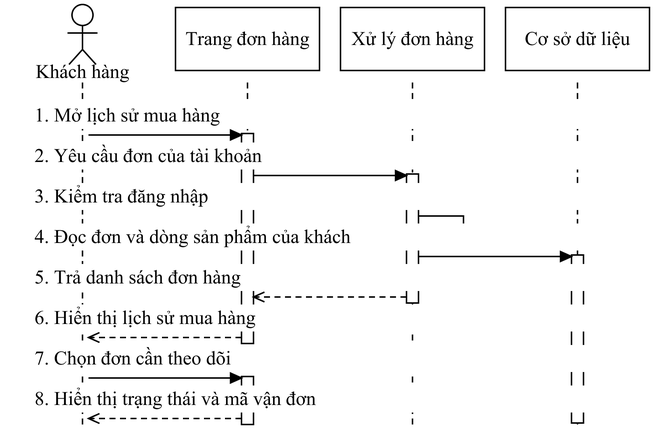
This is docs/do-an-LSOUL/So-do-LSOUL-rut-gon/anh-png/SEQ-12.png from Loccao102/BanHang, a draw.io export, as it was before one commit. Source tidied: cells renumbered, new cells last; positions are measured from the earlier drawing's top-left corner, leaving out a move shared by most shapes.
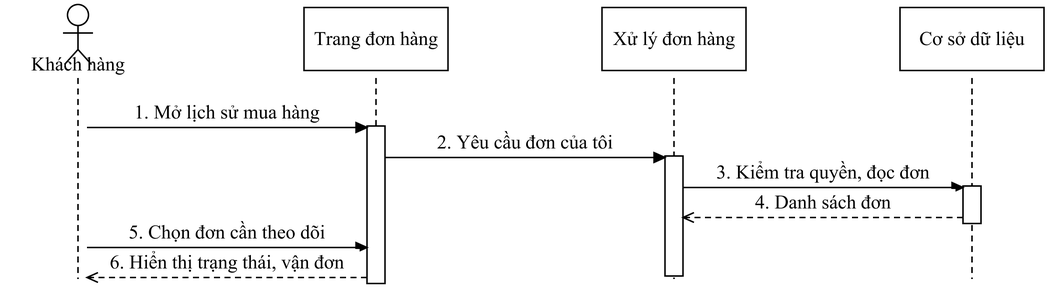
The same diagram one commit later.

The edit, as a diff of the source:
```diff
@@ -4,154 +4,129 @@
     <mxCell id="1" parent="0" />
     <mxCell id="2" style="fontFamily=Times New Roman;fontSize=13;fontColor=#000000;strokeColor=#000000;strokeWidth=1;fillColor=#FFFFFF;shadow=0;rounded=0;html=0;whiteSpace=wrap;spacing=5;endArrow=none;endFill=1;startArrow=none;dashed=1;dashPattern=4 3;" parent="1" edge="1">
       <mxGeometry relative="1" as="geometry">
-        <mxPoint x="48" y="52" as="sourcePoint" />
-        <mxPoint x="48" y="281" as="targetPoint" />
+        <mxPoint x="45" y="49" as="sourcePoint" />
+        <mxPoint x="45" y="183" as="targetPoint" />
       </mxGeometry>
     </mxCell>
     <mxCell id="3" style="fontFamily=Times New Roman;fontSize=13;fontColor=#000000;strokeColor=#000000;strokeWidth=1;fillColor=#FFFFFF;shadow=0;rounded=0;html=0;whiteSpace=wrap;spacing=5;endArrow=none;endFill=1;startArrow=none;dashed=1;dashPattern=4 3;" parent="1" edge="1">
       <mxGeometry relative="1" as="geometry">
-        <mxPoint x="158" y="52" as="sourcePoint" />
-        <mxPoint x="158" y="281" as="targetPoint" />
+        <mxPoint x="243.7" y="49" as="sourcePoint" />
+        <mxPoint x="243.7" y="183" as="targetPoint" />
       </mxGeometry>
     </mxCell>
     <mxCell id="4" style="fontFamily=Times New Roman;fontSize=13;fontColor=#000000;strokeColor=#000000;strokeWidth=1;fillColor=#FFFFFF;shadow=0;rounded=0;html=0;whiteSpace=wrap;spacing=5;endArrow=none;endFill=1;startArrow=none;dashed=1;dashPattern=4 3;" parent="1" edge="1">
       <mxGeometry relative="1" as="geometry">
-        <mxPoint x="268" y="52" as="sourcePoint" />
-        <mxPoint x="268" y="281" as="targetPoint" />
+        <mxPoint x="442.3" y="49" as="sourcePoint" />
+        <mxPoint x="442.3" y="183" as="targetPoint" />
       </mxGeometry>
     </mxCell>
     <mxCell id="5" style="fontFamily=Times New Roman;fontSize=13;fontColor=#000000;strokeColor=#000000;strokeWidth=1;fillColor=#FFFFFF;shadow=0;rounded=0;html=0;whiteSpace=wrap;spacing=5;endArrow=none;endFill=1;startArrow=none;dashed=1;dashPattern=4 3;" parent="1" edge="1">
       <mxGeometry relative="1" as="geometry">
-        <mxPoint x="378" y="52" as="sourcePoint" />
-        <mxPoint x="378" y="281" as="targetPoint" />
+        <mxPoint x="641" y="49" as="sourcePoint" />
+        <mxPoint x="641" y="183" as="targetPoint" />
       </mxGeometry>
     </mxCell>
     <mxCell id="6" style="fontFamily=Times New Roman;fontSize=13;fontColor=#000000;strokeColor=#000000;strokeWidth=1;fillColor=#FFFFFF;shadow=0;rounded=0;html=0;whiteSpace=wrap;spacing=5;align=center;verticalAlign=middle;" parent="1" vertex="1">
-      <mxGeometry x="264" y="113" width="8" height="86" as="geometry" />
+      <mxGeometry x="635" y="121" width="12" height="25" as="geometry" />
     </mxCell>
     <mxCell id="7" style="fontFamily=Times New Roman;fontSize=13;fontColor=#000000;strokeColor=#000000;strokeWidth=1;fillColor=#FFFFFF;shadow=0;rounded=0;html=0;whiteSpace=wrap;spacing=5;align=center;verticalAlign=middle;" parent="1" vertex="1">
-      <mxGeometry x="154" y="86" width="8" height="140" as="geometry" />
+      <mxGeometry x="237.7" y="81" width="12" height="105" as="geometry" />
     </mxCell>
     <mxCell id="8" style="fontFamily=Times New Roman;fontSize=13;fontColor=#000000;strokeColor=#000000;strokeWidth=1;fillColor=#FFFFFF;shadow=0;rounded=0;html=0;whiteSpace=wrap;spacing=5;align=center;verticalAlign=middle;" parent="1" vertex="1">
-      <mxGeometry x="154" y="248" width="8" height="32" as="geometry" />
+      <mxGeometry x="436.3" y="101" width="12" height="80" as="geometry" />
     </mxCell>
-    <mxCell id="9" style="fontFamily=Times New Roman;fontSize=13;fontColor=#000000;strokeColor=#000000;strokeWidth=1;fillColor=#FFFFFF;shadow=0;rounded=0;html=0;whiteSpace=wrap;spacing=5;align=center;verticalAlign=middle;" parent="1" vertex="1">
-      <mxGeometry x="374" y="167" width="8" height="112" as="geometry" />
+    <mxCell id="9" value="1. Mở lịch sử mua hàng" style="fontFamily=Times New Roman;fontSize=13;fontColor=#000000;strokeColor=#000000;strokeWidth=1;fillColor=#FFFFFF;shadow=0;rounded=0;html=0;whiteSpace=wrap;spacing=5;text;strokeColor=none;fillColor=none;align=center;verticalAlign=middle;fillColor=#FFFFFF;" parent="1" vertex="1">
+      <mxGeometry x="56" y="63" width="176.7" height="18" as="geometry" />
     </mxCell>
-    <mxCell id="10" value="1. Mở lịch sử mua hàng" style="fontFamily=Times New Roman;fontSize=13;fontColor=#000000;strokeColor=#000000;strokeWidth=1;fillColor=#FFFFFF;shadow=0;rounded=0;html=0;whiteSpace=wrap;spacing=5;text;strokeColor=none;fillColor=none;align=left;verticalAlign=middle;fillColor=#FFFFFF;" parent="1" vertex="1">
-      <mxGeometry x="11" y="65" width="404" height="18" as="geometry" />
+    <mxCell id="10" style="fontFamily=Times New Roman;fontSize=13;fontColor=#000000;strokeColor=#000000;strokeWidth=1;fillColor=#FFFFFF;shadow=0;rounded=0;html=0;whiteSpace=wrap;spacing=5;endArrow=block;endFill=1;startArrow=none;" parent="1" edge="1">
+      <mxGeometry relative="1" as="geometry">
+        <mxPoint x="51" y="82" as="sourcePoint" />
+        <mxPoint x="237.7" y="82" as="targetPoint" />
+      </mxGeometry>
     </mxCell>
-    <mxCell id="11" style="fontFamily=Times New Roman;fontSize=13;fontColor=#000000;strokeColor=#000000;strokeWidth=1;fillColor=#FFFFFF;shadow=0;rounded=0;html=0;whiteSpace=wrap;spacing=5;endArrow=block;endFill=1;startArrow=none;" parent="1" edge="1">
-      <mxGeometry relative="1" as="geometry">
-        <mxPoint x="52" y="87" as="sourcePoint" />
-        <mxPoint x="154" y="87" as="targetPoint" />
-      </mxGeometry>
+    <mxCell id="11" value="2. Yêu cầu đơn của tôi" style="fontFamily=Times New Roman;fontSize=13;fontColor=#000000;strokeColor=#000000;strokeWidth=1;fillColor=#FFFFFF;shadow=0;rounded=0;html=0;whiteSpace=wrap;spacing=5;text;strokeColor=none;fillColor=none;align=center;verticalAlign=middle;fillColor=#FFFFFF;" parent="1" vertex="1">
+      <mxGeometry x="254.7" y="83" width="176.7" height="18" as="geometry" />
     </mxCell>
-    <mxCell id="12" value="2. Yêu cầu đơn của tài khoản" style="fontFamily=Times New Roman;fontSize=13;fontColor=#000000;strokeColor=#000000;strokeWidth=1;fillColor=#FFFFFF;shadow=0;rounded=0;html=0;whiteSpace=wrap;spacing=5;text;strokeColor=none;fillColor=none;align=left;verticalAlign=middle;fillColor=#FFFFFF;" parent="1" vertex="1">
-      <mxGeometry x="11" y="92" width="404" height="18" as="geometry" />
+    <mxCell id="12" style="fontFamily=Times New Roman;fontSize=13;fontColor=#000000;strokeColor=#000000;strokeWidth=1;fillColor=#FFFFFF;shadow=0;rounded=0;html=0;whiteSpace=wrap;spacing=5;endArrow=block;endFill=1;startArrow=none;" parent="1" edge="1">
+      <mxGeometry relative="1" as="geometry">
+        <mxPoint x="249.7" y="102" as="sourcePoint" />
+        <mxPoint x="436.3" y="102" as="targetPoint" />
+      </mxGeometry>
     </mxCell>
-    <mxCell id="13" style="fontFamily=Times New Roman;fontSize=13;fontColor=#000000;strokeColor=#000000;strokeWidth=1;fillColor=#FFFFFF;shadow=0;rounded=0;html=0;whiteSpace=wrap;spacing=5;endArrow=block;endFill=1;startArrow=none;" parent="1" edge="1">
-      <mxGeometry relative="1" as="geometry">
-        <mxPoint x="162" y="114" as="sourcePoint" />
-        <mxPoint x="264" y="114" as="targetPoint" />
-      </mxGeometry>
+    <mxCell id="13" value="3. Kiểm tra quyền, đọc đơn" style="fontFamily=Times New Roman;fontSize=13;fontColor=#000000;strokeColor=#000000;strokeWidth=1;fillColor=#FFFFFF;shadow=0;rounded=0;html=0;whiteSpace=wrap;spacing=5;text;strokeColor=none;fillColor=none;align=center;verticalAlign=middle;fillColor=#FFFFFF;" parent="1" vertex="1">
+      <mxGeometry x="453.3" y="103" width="176.7" height="18" as="geometry" />
     </mxCell>
-    <mxCell id="14" value="3. Kiểm tra đăng nhập" style="fontFamily=Times New Roman;fontSize=13;fontColor=#000000;strokeColor=#000000;strokeWidth=1;fillColor=#FFFFFF;shadow=0;rounded=0;html=0;whiteSpace=wrap;spacing=5;text;strokeColor=none;fillColor=none;align=left;verticalAlign=middle;fillColor=#FFFFFF;" parent="1" vertex="1">
-      <mxGeometry x="11" y="119" width="404" height="18" as="geometry" />
+    <mxCell id="14" style="fontFamily=Times New Roman;fontSize=13;fontColor=#000000;strokeColor=#000000;strokeWidth=1;fillColor=#FFFFFF;shadow=0;rounded=0;html=0;whiteSpace=wrap;spacing=5;endArrow=block;endFill=1;startArrow=none;" parent="1" edge="1">
+      <mxGeometry relative="1" as="geometry">
+        <mxPoint x="448.3" y="122" as="sourcePoint" />
+        <mxPoint x="635" y="122" as="targetPoint" />
+      </mxGeometry>
     </mxCell>
-    <mxCell id="15" style="fontFamily=Times New Roman;fontSize=13;fontColor=#000000;strokeColor=#000000;strokeWidth=1;fillColor=#FFFFFF;shadow=0;rounded=0;html=0;whiteSpace=wrap;spacing=5;endArrow=block;endFill=1;startArrow=none;" parent="1" edge="1">
-      <mxGeometry relative="1" as="geometry">
-        <mxPoint x="272" y="141" as="sourcePoint" />
-        <mxPoint x="273" y="153" as="targetPoint" />
-        <Array as="points">
-          <mxPoint x="302" y="141" />
-          <mxPoint x="302" y="153" />
-        </Array>
-      </mxGeometry>
+    <mxCell id="15" value="4. Danh sách đơn" style="fontFamily=Times New Roman;fontSize=13;fontColor=#000000;strokeColor=#000000;strokeWidth=1;fillColor=#FFFFFF;shadow=0;rounded=0;html=0;whiteSpace=wrap;spacing=5;text;strokeColor=none;fillColor=none;align=center;verticalAlign=middle;fillColor=#FFFFFF;" parent="1" vertex="1">
+      <mxGeometry x="453.3" y="123" width="176.7" height="18" as="geometry" />
     </mxCell>
-    <mxCell id="16" value="4. Đọc đơn và dòng sản phẩm của khách" style="fontFamily=Times New Roman;fontSize=13;fontColor=#000000;strokeColor=#000000;strokeWidth=1;fillColor=#FFFFFF;shadow=0;rounded=0;html=0;whiteSpace=wrap;spacing=5;text;strokeColor=none;fillColor=none;align=left;verticalAlign=middle;fillColor=#FFFFFF;" parent="1" vertex="1">
-      <mxGeometry x="11" y="146" width="404" height="18" as="geometry" />
+    <mxCell id="16" style="fontFamily=Times New Roman;fontSize=13;fontColor=#000000;strokeColor=#000000;strokeWidth=1;fillColor=#FFFFFF;shadow=0;rounded=0;html=0;whiteSpace=wrap;spacing=5;endArrow=open;endFill=1;startArrow=none;dashed=1;dashPattern=4 3;" parent="1" edge="1">
+      <mxGeometry relative="1" as="geometry">
+        <mxPoint x="635" y="142" as="sourcePoint" />
+        <mxPoint x="448.3" y="142" as="targetPoint" />
+      </mxGeometry>
     </mxCell>
-    <mxCell id="17" style="fontFamily=Times New Roman;fontSize=13;fontColor=#000000;strokeColor=#000000;strokeWidth=1;fillColor=#FFFFFF;shadow=0;rounded=0;html=0;whiteSpace=wrap;spacing=5;endArrow=block;endFill=1;startArrow=none;" parent="1" edge="1">
-      <mxGeometry relative="1" as="geometry">
-        <mxPoint x="272" y="168" as="sourcePoint" />
-        <mxPoint x="374" y="168" as="targetPoint" />
-      </mxGeometry>
+    <mxCell id="17" value="5. Chọn đơn cần theo dõi" style="fontFamily=Times New Roman;fontSize=13;fontColor=#000000;strokeColor=#000000;strokeWidth=1;fillColor=#FFFFFF;shadow=0;rounded=0;html=0;whiteSpace=wrap;spacing=5;text;strokeColor=none;fillColor=none;align=center;verticalAlign=middle;fillColor=#FFFFFF;" parent="1" vertex="1">
+      <mxGeometry x="56" y="143" width="176.7" height="18" as="geometry" />
     </mxCell>
-    <mxCell id="18" value="5. Trả danh sách đơn hàng" style="fontFamily=Times New Roman;fontSize=13;fontColor=#000000;strokeColor=#000000;strokeWidth=1;fillColor=#FFFFFF;shadow=0;rounded=0;html=0;whiteSpace=wrap;spacing=5;text;strokeColor=none;fillColor=none;align=left;verticalAlign=middle;fillColor=#FFFFFF;" parent="1" vertex="1">
-      <mxGeometry x="11" y="173" width="404" height="18" as="geometry" />
+    <mxCell id="18" style="fontFamily=Times New Roman;fontSize=13;fontColor=#000000;strokeColor=#000000;strokeWidth=1;fillColor=#FFFFFF;shadow=0;rounded=0;html=0;whiteSpace=wrap;spacing=5;endArrow=block;endFill=1;startArrow=none;" parent="1" edge="1">
+      <mxGeometry relative="1" as="geometry">
+        <mxPoint x="51" y="162" as="sourcePoint" />
+        <mxPoint x="237.7" y="162" as="targetPoint" />
+      </mxGeometry>
     </mxCell>
-    <mxCell id="19" style="fontFamily=Times New Roman;fontSize=13;fontColor=#000000;strokeColor=#000000;strokeWidth=1;fillColor=#FFFFFF;shadow=0;rounded=0;html=0;whiteSpace=wrap;spacing=5;endArrow=open;endFill=1;startArrow=none;dashed=1;dashPattern=4 3;" parent="1" edge="1">
-      <mxGeometry relative="1" as="geometry">
-        <mxPoint x="264" y="195" as="sourcePoint" />
-        <mxPoint x="162" y="195" as="targetPoint" />
-      </mxGeometry>
+    <mxCell id="19" value="6. Hiển thị trạng thái, vận đơn" style="fontFamily=Times New Roman;fontSize=13;fontColor=#000000;strokeColor=#000000;strokeWidth=1;fillColor=#FFFFFF;shadow=0;rounded=0;html=0;whiteSpace=wrap;spacing=5;text;strokeColor=none;fillColor=none;align=center;verticalAlign=middle;fillColor=#FFFFFF;" parent="1" vertex="1">
+      <mxGeometry x="56" y="163" width="176.7" height="18" as="geometry" />
     </mxCell>
-    <mxCell id="20" value="6. Hiển thị lịch sử mua hàng" style="fontFamily=Times New Roman;fontSize=13;fontColor=#000000;strokeColor=#000000;strokeWidth=1;fillColor=#FFFFFF;shadow=0;rounded=0;html=0;whiteSpace=wrap;spacing=5;text;strokeColor=none;fillColor=none;align=left;verticalAlign=middle;fillColor=#FFFFFF;" parent="1" vertex="1">
-      <mxGeometry x="11" y="200" width="404" height="18" as="geometry" />
+    <mxCell id="20" style="fontFamily=Times New Roman;fontSize=13;fontColor=#000000;strokeColor=#000000;strokeWidth=1;fillColor=#FFFFFF;shadow=0;rounded=0;html=0;whiteSpace=wrap;spacing=5;endArrow=open;endFill=1;startArrow=none;dashed=1;dashPattern=4 3;" parent="1" edge="1">
+      <mxGeometry relative="1" as="geometry">
+        <mxPoint x="237.7" y="182" as="sourcePoint" />
+        <mxPoint x="51" y="182" as="targetPoint" />
+      </mxGeometry>
     </mxCell>
-    <mxCell id="21" style="fontFamily=Times New Roman;fontSize=13;fontColor=#000000;strokeColor=#000000;strokeWidth=1;fillColor=#FFFFFF;shadow=0;rounded=0;html=0;whiteSpace=wrap;spacing=5;endArrow=open;endFill=1;startArrow=none;dashed=1;dashPattern=4 3;" parent="1" edge="1">
-      <mxGeometry relative="1" as="geometry">
-        <mxPoint x="154" y="222" as="sourcePoint" />
-        <mxPoint x="52" y="222" as="targetPoint" />
-      </mxGeometry>
+    <mxCell id="21" style="fontFamily=Times New Roman;fontSize=13;fontColor=#000000;strokeColor=#000000;strokeWidth=1;fillColor=#FFFFFF;shadow=0;rounded=0;html=0;whiteSpace=wrap;spacing=5;ellipse;perimeter=ellipsePerimeter;align=center;verticalAlign=middle;" parent="1" vertex="1">
+      <mxGeometry x="38" width="14" height="14" as="geometry" />
     </mxCell>
-    <mxCell id="22" value="7. Chọn đơn cần theo dõi" style="fontFamily=Times New Roman;fontSize=13;fontColor=#000000;strokeColor=#000000;strokeWidth=1;fillColor=#FFFFFF;shadow=0;rounded=0;html=0;whiteSpace=wrap;spacing=5;text;strokeColor=none;fillColor=none;align=left;verticalAlign=middle;fillColor=#FFFFFF;" parent="1" vertex="1">
-      <mxGeometry x="11" y="227" width="404" height="18" as="geometry" />
+    <mxCell id="22" style="fontFamily=Times New Roman;fontSize=13;fontColor=#000000;strokeColor=#000000;strokeWidth=1;fillColor=#FFFFFF;shadow=0;rounded=0;html=0;whiteSpace=wrap;spacing=5;endArrow=none;endFill=1;startArrow=none;" parent="1" edge="1">
+      <mxGeometry relative="1" as="geometry">
+        <mxPoint x="45" y="14" as="sourcePoint" />
+        <mxPoint x="45" y="30" as="targetPoint" />
+      </mxGeometry>
     </mxCell>
-    <mxCell id="23" style="fontFamily=Times New Roman;fontSize=13;fontColor=#000000;strokeColor=#000000;strokeWidth=1;fillColor=#FFFFFF;shadow=0;rounded=0;html=0;whiteSpace=wrap;spacing=5;endArrow=block;endFill=1;startArrow=none;" parent="1" edge="1">
+    <mxCell id="23" style="fontFamily=Times New Roman;fontSize=13;fontColor=#000000;strokeColor=#000000;strokeWidth=1;fillColor=#FFFFFF;shadow=0;rounded=0;html=0;whiteSpace=wrap;spacing=5;endArrow=none;endFill=1;startArrow=none;" parent="1" edge="1">
       <mxGeometry relative="1" as="geometry">
-        <mxPoint x="52" y="249" as="sourcePoint" />
-        <mxPoint x="154" y="249" as="targetPoint" />
+        <mxPoint x="35" y="19" as="sourcePoint" />
+        <mxPoint x="55" y="19" as="targetPoint" />
       </mxGeometry>
     </mxCell>
-    <mxCell id="24" value="8. Hiển thị trạng thái và mã vận đơn" style="fontFamily=Times New Roman;fontSize=13;fontColor=#000000;strokeColor=#000000;strokeWidth=1;fillColor=#FFFFFF;shadow=0;rounded=0;html=0;whiteSpace=wrap;spacing=5;text;strokeColor=none;fillColor=none;align=left;verticalAlign=middle;fillColor=#FFFFFF;" parent="1" vertex="1">
-      <mxGeometry x="11" y="254" width="404" height="18" as="geometry" />
+    <mxCell id="24" style="fontFamily=Times New Roman;fontSize=13;fontColor=#000000;strokeColor=#000000;strokeWidth=1;fillColor=#FFFFFF;shadow=0;rounded=0;html=0;whiteSpace=wrap;spacing=5;endArrow=none;endFill=1;startArrow=none;" parent="1" edge="1">
+      <mxGeometry relative="1" as="geometry">
+        <mxPoint x="45" y="30" as="sourcePoint" />
+        <mxPoint x="36" y="40" as="targetPoint" />
+      </mxGeometry>
     </mxCell>
-    <mxCell id="25" style="fontFamily=Times New Roman;fontSize=13;fontColor=#000000;strokeColor=#000000;strokeWidth=1;fillColor=#FFFFFF;shadow=0;rounded=0;html=0;whiteSpace=wrap;spacing=5;endArrow=open;endFill=1;startArrow=none;dashed=1;dashPattern=4 3;" parent="1" edge="1">
+    <mxCell id="25" style="fontFamily=Times New Roman;fontSize=13;fontColor=#000000;strokeColor=#000000;strokeWidth=1;fillColor=#FFFFFF;shadow=0;rounded=0;html=0;whiteSpace=wrap;spacing=5;endArrow=none;endFill=1;startArrow=none;" parent="1" edge="1">
       <mxGeometry relative="1" as="geometry">
-        <mxPoint x="154" y="276" as="sourcePoint" />
-        <mxPoint x="52" y="276" as="targetPoint" />
+        <mxPoint x="45" y="30" as="sourcePoint" />
+        <mxPoint x="54" y="40" as="targetPoint" />
       </mxGeometry>
     </mxCell>
-    <mxCell id="26" style="fontFamily=Times New Roman;fontSize=13;fontColor=#000000;strokeColor=#000000;strokeWidth=1;fillColor=#FFFFFF;shadow=0;rounded=0;html=0;whiteSpace=wrap;spacing=5;ellipse;perimeter=ellipsePerimeter;align=center;verticalAlign=middle;" parent="1" vertex="1">
-      <mxGeometry x="41" width="14" height="14" as="geometry" />
+    <mxCell id="26" value="Khách hàng" style="fontFamily=Times New Roman;fontSize=13;fontColor=#000000;strokeColor=#000000;strokeWidth=1;fillColor=#FFFFFF;shadow=0;rounded=0;html=0;whiteSpace=wrap;spacing=5;text;strokeColor=none;fillColor=none;align=center;verticalAlign=middle;" parent="1" vertex="1">
+      <mxGeometry x="-3" y="32" width="96" height="16" as="geometry" />
     </mxCell>
-    <mxCell id="27" style="fontFamily=Times New Roman;fontSize=13;fontColor=#000000;strokeColor=#000000;strokeWidth=1;fillColor=#FFFFFF;shadow=0;rounded=0;html=0;whiteSpace=wrap;spacing=5;endArrow=none;endFill=1;startArrow=none;" parent="1" edge="1">
-      <mxGeometry relative="1" as="geometry">
-        <mxPoint x="48" y="14" as="sourcePoint" />
-        <mxPoint x="48" y="30" as="targetPoint" />
-      </mxGeometry>
-    </mxCell>
-    <mxCell id="28" style="fontFamily=Times New Roman;fontSize=13;fontColor=#000000;strokeColor=#000000;strokeWidth=1;fillColor=#FFFFFF;shadow=0;rounded=0;html=0;whiteSpace=wrap;spacing=5;endArrow=none;endFill=1;startArrow=none;" parent="1" edge="1">
-      <mxGeometry relative="1" as="geometry">
-        <mxPoint x="38" y="19" as="sourcePoint" />
-        <mxPoint x="58" y="19" as="targetPoint" />
-      </mxGeometry>
-    </mxCell>
-    <mxCell id="29" style="fontFamily=Times New Roman;fontSize=13;fontColor=#000000;strokeColor=#000000;strokeWidth=1;fillColor=#FFFFFF;shadow=0;rounded=0;html=0;whiteSpace=wrap;spacing=5;endArrow=none;endFill=1;startArrow=none;" parent="1" edge="1">
-      <mxGeometry relative="1" as="geometry">
-        <mxPoint x="48" y="30" as="sourcePoint" />
-        <mxPoint x="39" y="40" as="targetPoint" />
-      </mxGeometry>
-    </mxCell>
-    <mxCell id="30" style="fontFamily=Times New Roman;fontSize=13;fontColor=#000000;strokeColor=#000000;strokeWidth=1;fillColor=#FFFFFF;shadow=0;rounded=0;html=0;whiteSpace=wrap;spacing=5;endArrow=none;endFill=1;startArrow=none;" parent="1" edge="1">
-      <mxGeometry relative="1" as="geometry">
-        <mxPoint x="48" y="30" as="sourcePoint" />
-        <mxPoint x="57" y="40" as="targetPoint" />
-      </mxGeometry>
-    </mxCell>
-    <mxCell id="31" value="Khách hàng" style="fontFamily=Times New Roman;fontSize=13;fontColor=#000000;strokeColor=#000000;strokeWidth=1;fillColor=#FFFFFF;shadow=0;rounded=0;html=0;whiteSpace=wrap;spacing=5;text;strokeColor=none;fillColor=none;align=center;verticalAlign=middle;" parent="1" vertex="1">
-      <mxGeometry y="37" width="96" height="16" as="geometry" />
-    </mxCell>
     <mxCell id="32" value="Trang đơn hàng" style="fontFamily=Times New Roman;fontSize=13;fontColor=#000000;strokeColor=#000000;strokeWidth=1;fillColor=#FFFFFF;shadow=0;rounded=0;html=0;whiteSpace=wrap;spacing=5;align=center;verticalAlign=middle;" parent="1" vertex="1">
-      <mxGeometry x="110" y="2" width="96" height="42" as="geometry" />
+      <mxGeometry x="195.7" y="2" width="96" height="42" as="geometry" />
     </mxCell>
     <mxCell id="33" value="Xử lý đơn hàng" style="fontFamily=Times New Roman;fontSize=13;fontColor=#000000;strokeColor=#000000;strokeWidth=1;fillColor=#FFFFFF;shadow=0;rounded=0;html=0;whiteSpace=wrap;spacing=5;align=center;verticalAlign=middle;" parent="1" vertex="1">
-      <mxGeometry x="220" y="2" width="96" height="42" as="geometry" />
+      <mxGeometry x="394.3" y="2" width="96" height="42" as="geometry" />
     </mxCell>
     <mxCell id="34" value="Cơ sở dữ liệu" style="fontFamily=Times New Roman;fontSize=13;fontColor=#000000;strokeColor=#000000;strokeWidth=1;fillColor=#FFFFFF;shadow=0;rounded=0;html=0;whiteSpace=wrap;spacing=5;align=center;verticalAlign=middle;" parent="1" vertex="1">
-      <mxGeometry x="330" y="2" width="96" height="42" as="geometry" />
+      <mxGeometry x="593" y="2" width="96" height="42" as="geometry" />
     </mxCell>
   </root>
 </mxGraphModel>
```
